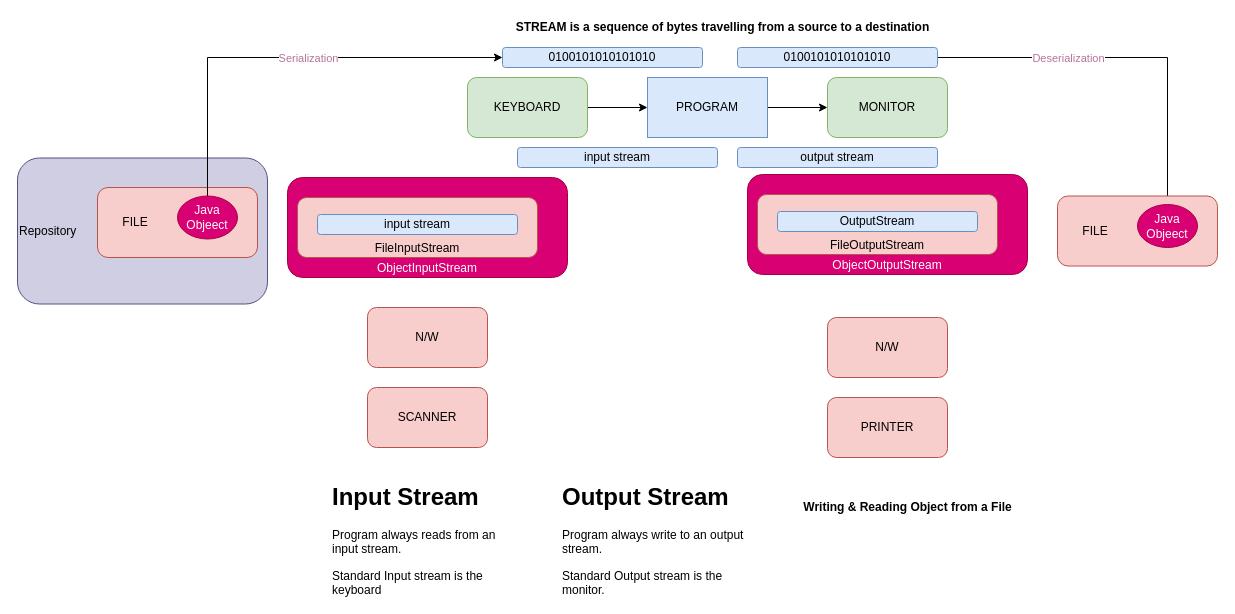
Before: page "FILE HANDLING" (8 of 9) of java/diagrams/java-workflow.drawio in aukokyong/jfs-master, a draw.io diagram. Source tidied: cells renumbered, new cells numbered last; positions are measured from the earlier drawing's top-left corner, leaving out a move shared by most shapes. Both pictures are drawn from the tidied source at 100%, with x=0, y=0 at pixel (17, 17).
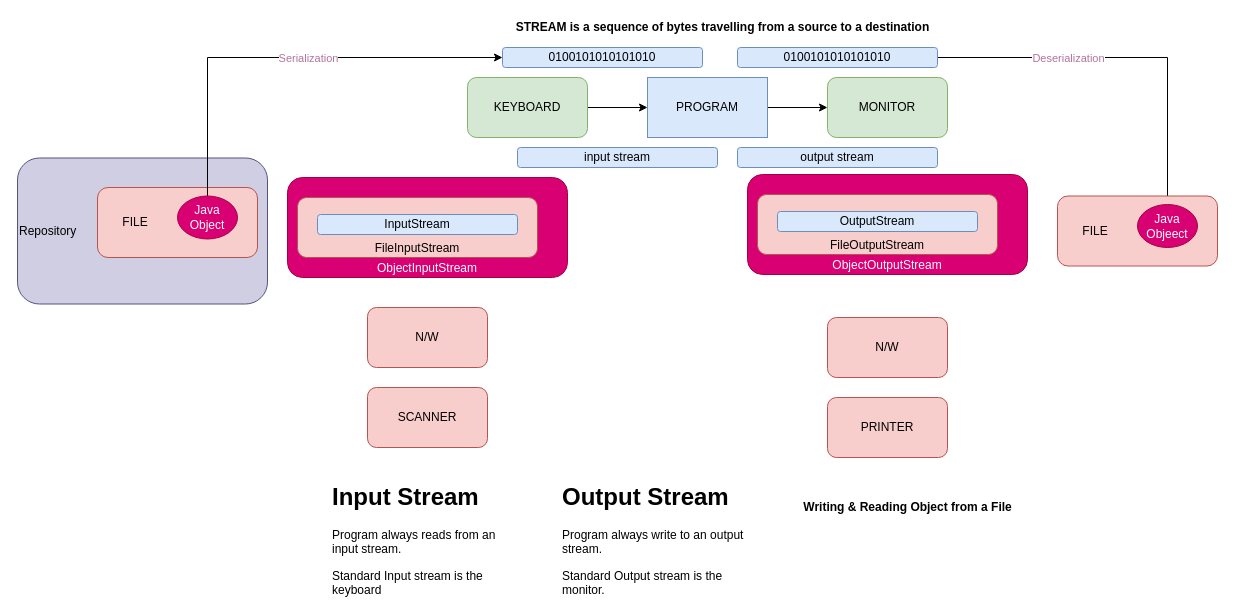
After the change.

Diff of the diagram source:
```diff
@@
-    <mxCell id="25" value="input stream" style="rounded=1;whiteSpace=wrap;html=1;fillColor=#dae8fc;strokeColor=#6c8ebf;" parent="1" vertex="1">
+    <mxCell id="25" value="InputStream" style="rounded=1;whiteSpace=wrap;html=1;fillColor=#dae8fc;strokeColor=#6c8ebf;" parent="1" vertex="1">
       <mxGeometry x="300" y="197" width="200" height="20" as="geometry" />
     </mxCell>
@@
-    <mxCell id="28" value="Java Objeect" style="ellipse;whiteSpace=wrap;html=1;fillColor=#d80073;strokeColor=#A50040;fontColor=#ffffff;" parent="1" vertex="1">
+    <mxCell id="28" value="Java Object" style="ellipse;whiteSpace=wrap;html=1;fillColor=#d80073;strokeColor=#A50040;fontColor=#ffffff;" parent="1" vertex="1">
       <mxGeometry x="160" y="178.5" width="60" height="43" as="geometry" />
     </mxCell>
```
